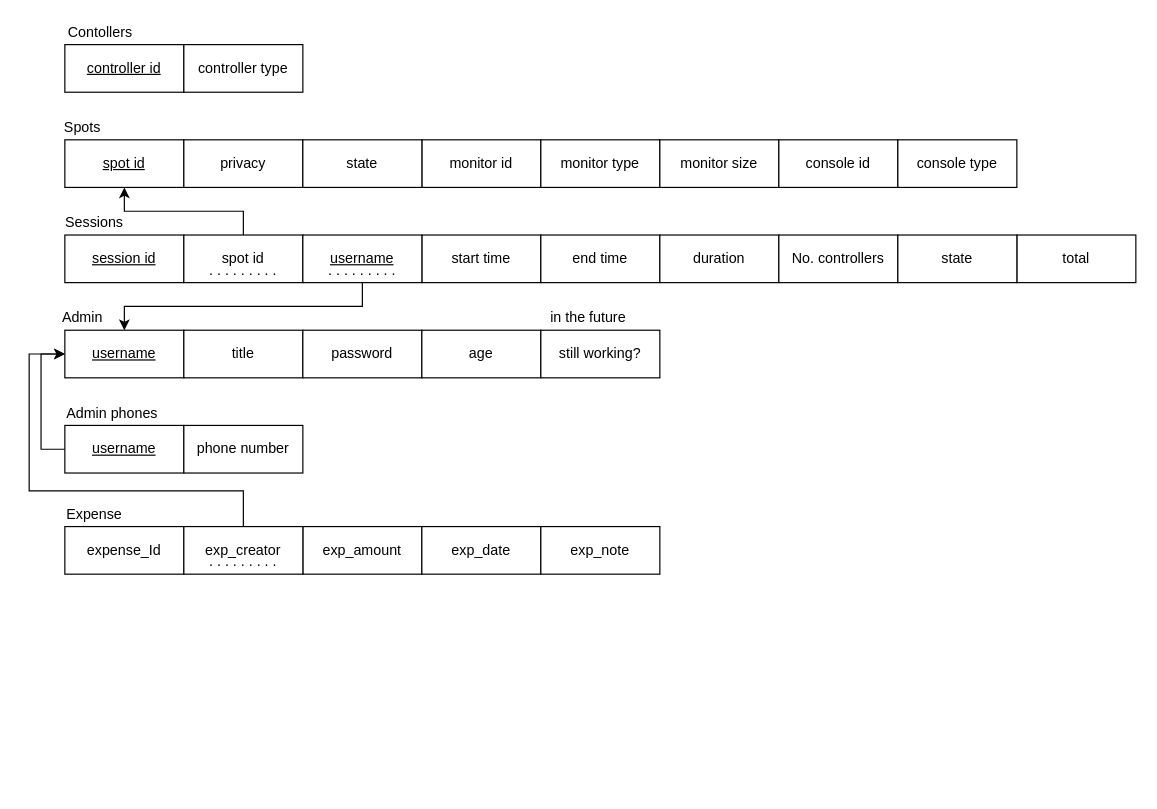
The draw.io diagram documents/schema shape.drawio in Marwan-Mamdouh/gamingCoffeeJavaFx, before the edit. Source tidied: cells renumbered, new cells numbered last; positions are measured from the earlier drawing's top-left corner, leaving out a move shared by most shapes. Both pictures are drawn from the tidied source at 119%, with x=0, y=0 at pixel (29, 20).
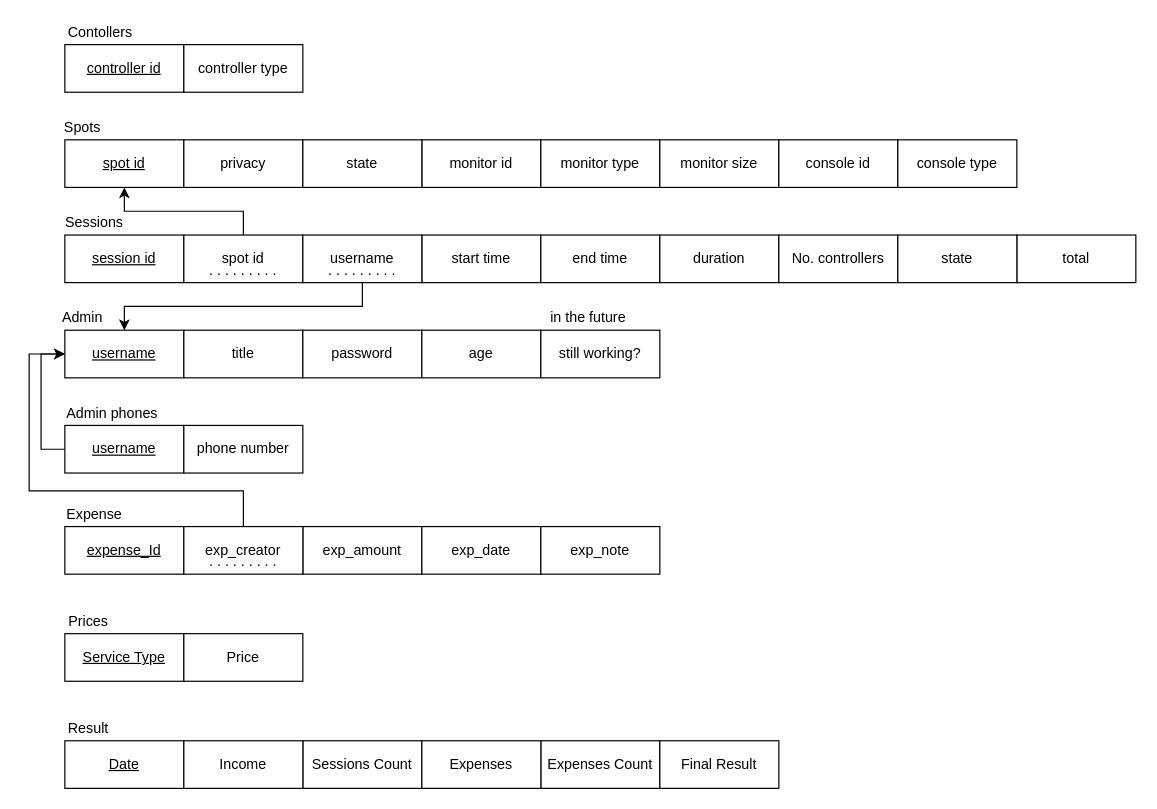
The same diagram, later.

What changed in the source:
```diff
@@
-    <mxCell id="26" value="&lt;u&gt;username&lt;/u&gt;" style="whiteSpace=wrap;html=1;align=center;" parent="1" vertex="1">
+    <mxCell id="26" value="&lt;span&gt;username&lt;/span&gt;" style="whiteSpace=wrap;html=1;align=center;fontStyle=0;" parent="1" vertex="1">
       <mxGeometry x="230" y="180" width="100" height="40" as="geometry" />
     </mxCell>
@@
-    <mxCell id="39" value="expense_Id" style="whiteSpace=wrap;html=1;align=center;" parent="1" vertex="1">
+    <mxCell id="39" value="&lt;u&gt;expense_Id&lt;/u&gt;" style="whiteSpace=wrap;html=1;align=center;" parent="1" vertex="1">
       <mxGeometry x="30" y="425" width="100" height="40" as="geometry" />
     </mxCell>
@@
+    <mxCell id="47" value="Date" style="whiteSpace=wrap;html=1;align=center;fontStyle=4;" parent="1" vertex="1">
+      <mxGeometry x="30" y="605" width="100" height="40" as="geometry" />
+    </mxCell>
+    <mxCell id="48" value="Result" style="text;html=1;align=center;verticalAlign=middle;whiteSpace=wrap;rounded=0;" parent="1" vertex="1">
+      <mxGeometry x="30" y="585" width="40" height="20" as="geometry" />
+    </mxCell>
+    <mxCell id="49" value="Sessions Count" style="whiteSpace=wrap;html=1;align=center;" parent="1" vertex="1">
+      <mxGeometry x="230" y="605" width="100" height="40" as="geometry" />
+    </mxCell>
+    <mxCell id="50" value="Expenses Count" style="whiteSpace=wrap;html=1;align=center;" parent="1" vertex="1">
+      <mxGeometry x="430" y="605" width="100" height="40" as="geometry" />
+    </mxCell>
+    <mxCell id="51" value="Income" style="whiteSpace=wrap;html=1;align=center;" parent="1" vertex="1">
+      <mxGeometry x="130" y="605" width="100" height="40" as="geometry" />
+    </mxCell>
+    <mxCell id="52" value="Service Type" style="whiteSpace=wrap;html=1;align=center;fontStyle=4;" parent="1" vertex="1">
+      <mxGeometry x="30" y="515" width="100" height="40" as="geometry" />
+    </mxCell>
+    <mxCell id="53" value="Prices" style="text;html=1;align=center;verticalAlign=middle;whiteSpace=wrap;rounded=0;" parent="1" vertex="1">
+      <mxGeometry x="30" y="495" width="40" height="20" as="geometry" />
+    </mxCell>
+    <mxCell id="54" value="Price" style="whiteSpace=wrap;html=1;align=center;" parent="1" vertex="1">
+      <mxGeometry x="130" y="515" width="100" height="40" as="geometry" />
+    </mxCell>
+    <mxCell id="55" value="Expenses" style="whiteSpace=wrap;html=1;align=center;" parent="1" vertex="1">
+      <mxGeometry x="330" y="605" width="100" height="40" as="geometry" />
+    </mxCell>
+    <mxCell id="56" value="Final Result" style="whiteSpace=wrap;html=1;align=center;" parent="1" vertex="1">
+      <mxGeometry x="530" y="605" width="100" height="40" as="geometry" />
+    </mxCell>
```
